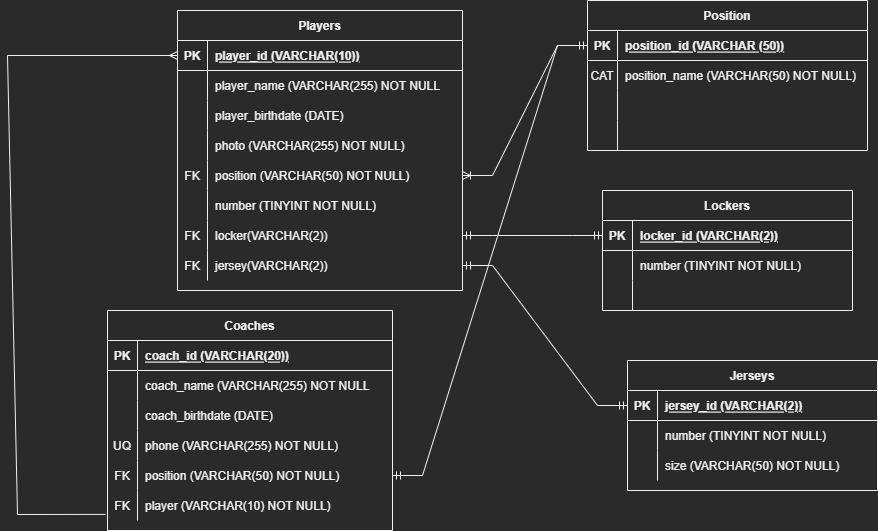
Before: archivos-multimedia/Football-team-logic.drawio.png, a diagram exported from draw.io (Tobias66Jags/gutierrez-tobias-practicas-3). Source tidied: cells renumbered, new cells last; positions are measured from the earlier drawing's top-left corner, leaving out a move shared by most shapes.
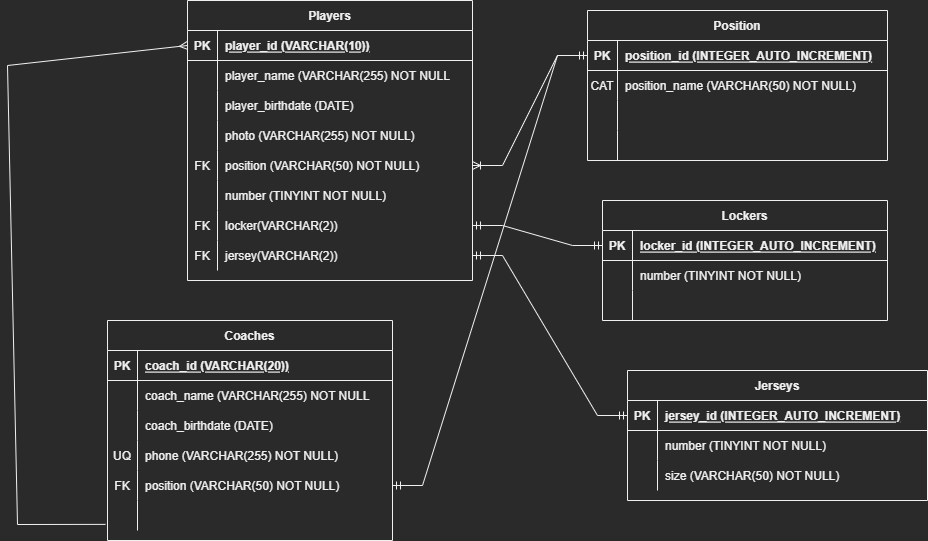
After the commit.

What changed in the source:
```diff
@@ -53,113 +53,113 @@
     <mxCell id="18" style="shape=partialRectangle;fillColor=none;points=[[0,0.5],[1,0.5]];portConstraint=eastwest;top=0;left=0;right=0;bottom=0;" parent="2" vertex="1">
       <mxGeometry y="180" width="285" height="30" as="geometry" />
     </mxCell>
-    <mxCell id="19" value="FK" style="shape=partialRectangle;overflow=hidden;fillColor=none;top=0;left=0;bottom=0;right=0;" parent="18" vertex="1">
+    <mxCell id="19" style="shape=partialRectangle;overflow=hidden;fillColor=none;top=0;left=0;bottom=0;right=0;" parent="18" vertex="1">
       <mxGeometry width="30" height="30" as="geometry" />
     </mxCell>
-    <mxCell id="20" value="player (VARCHAR(10) NOT NULL)" style="shape=partialRectangle;overflow=hidden;fillColor=none;top=0;left=0;bottom=0;right=0;align=left;spacingLeft=6;" parent="18" vertex="1">
+    <mxCell id="20" style="shape=partialRectangle;overflow=hidden;fillColor=none;top=0;left=0;bottom=0;right=0;align=left;spacingLeft=6;" parent="18" vertex="1">
       <mxGeometry x="30" width="255" height="30" as="geometry" />
     </mxCell>
     <mxCell id="21" value="Position" style="shape=table;startSize=30;rowLines=0;fontStyle=1;align=center;" parent="1" vertex="1">
-      <mxGeometry x="580" width="280" height="150" as="geometry" />
+      <mxGeometry x="580" width="300" height="150" as="geometry" />
     </mxCell>
     <mxCell id="22" style="shape=partialRectangle;fillColor=none;points=[[0,0.5],[1,0.5]];portConstraint=eastwest;top=0;left=0;right=0;bottom=1;" parent="21" vertex="1">
-      <mxGeometry y="30" width="280" height="30" as="geometry" />
+      <mxGeometry y="30" width="300" height="30" as="geometry" />
     </mxCell>
     <mxCell id="23" value="PK" style="shape=partialRectangle;overflow=hidden;fillColor=none;top=0;left=0;bottom=0;right=0;fontStyle=1;" parent="22" vertex="1">
       <mxGeometry width="30" height="30" as="geometry" />
     </mxCell>
-    <mxCell id="24" value="position_id (VARCHAR (50))" style="shape=partialRectangle;overflow=hidden;fillColor=none;top=0;left=0;bottom=0;right=0;align=left;spacingLeft=6;fontStyle=5;" parent="22" vertex="1">
-      <mxGeometry x="30" width="250" height="30" as="geometry" />
+    <mxCell id="24" value="position_id (INTEGER_AUTO_INCREMENT)" style="shape=partialRectangle;overflow=hidden;fillColor=none;top=0;left=0;bottom=0;right=0;align=left;spacingLeft=6;fontStyle=5;" parent="22" vertex="1">
+      <mxGeometry x="30" width="270" height="30" as="geometry" />
     </mxCell>
     <mxCell id="25" style="shape=partialRectangle;fillColor=none;top=0;left=0;right=0;bottom=0;" parent="21" vertex="1">
-      <mxGeometry y="60" width="280" height="30" as="geometry" />
+      <mxGeometry y="60" width="300" height="30" as="geometry" />
     </mxCell>
     <mxCell id="26" value="CAT" style="shape=partialRectangle;overflow=hidden;fillColor=none;top=0;left=0;bottom=0;right=0;" parent="25" vertex="1">
       <mxGeometry width="30" height="30" as="geometry" />
     </mxCell>
     <mxCell id="27" value="position_name (VARCHAR(50) NOT NULL)" style="shape=partialRectangle;overflow=hidden;fillColor=none;top=0;left=0;bottom=0;right=0;align=left;spacingLeft=6;" parent="25" vertex="1">
-      <mxGeometry x="30" width="250" height="30" as="geometry" />
+      <mxGeometry x="30" width="270" height="30" as="geometry" />
     </mxCell>
     <mxCell id="28" style="shape=partialRectangle;fillColor=none;top=0;left=0;right=0;bottom=0;" parent="21" vertex="1">
-      <mxGeometry y="90" width="280" height="30" as="geometry" />
+      <mxGeometry y="90" width="300" height="30" as="geometry" />
     </mxCell>
     <mxCell id="29" style="shape=partialRectangle;overflow=hidden;fillColor=none;top=0;left=0;bottom=0;right=0;" parent="28" vertex="1">
       <mxGeometry width="30" height="30" as="geometry" />
     </mxCell>
     <mxCell id="30" style="shape=partialRectangle;overflow=hidden;fillColor=none;top=0;left=0;bottom=0;right=0;align=left;spacingLeft=6;" parent="28" vertex="1">
-      <mxGeometry x="30" width="250" height="30" as="geometry" />
+      <mxGeometry x="30" width="270" height="30" as="geometry" />
     </mxCell>
     <mxCell id="31" style="shape=partialRectangle;fillColor=none;top=0;left=0;right=0;bottom=0;" parent="21" vertex="1">
-      <mxGeometry y="120" width="280" height="30" as="geometry" />
+      <mxGeometry y="120" width="300" height="30" as="geometry" />
     </mxCell>
     <mxCell id="32" style="shape=partialRectangle;overflow=hidden;fillColor=none;top=0;left=0;bottom=0;right=0;" parent="31" vertex="1">
       <mxGeometry width="30" height="30" as="geometry" />
     </mxCell>
     <mxCell id="33" style="shape=partialRectangle;overflow=hidden;fillColor=none;top=0;left=0;bottom=0;right=0;align=left;spacingLeft=6;" parent="31" vertex="1">
-      <mxGeometry x="30" width="250" height="30" as="geometry" />
+      <mxGeometry x="30" width="270" height="30" as="geometry" />
     </mxCell>
     <mxCell id="34" value="Lockers" style="shape=table;startSize=30;rowLines=0;fontStyle=1;align=center;" parent="1" vertex="1">
-      <mxGeometry x="595" y="190" width="250" height="120" as="geometry" />
+      <mxGeometry x="595" y="190" width="285" height="120" as="geometry" />
     </mxCell>
     <mxCell id="35" style="shape=partialRectangle;fillColor=none;points=[[0,0.5],[1,0.5]];portConstraint=eastwest;top=0;left=0;right=0;bottom=1;" parent="34" vertex="1">
-      <mxGeometry y="30" width="250" height="30" as="geometry" />
+      <mxGeometry y="30" width="285" height="30" as="geometry" />
     </mxCell>
     <mxCell id="36" value="PK" style="shape=partialRectangle;overflow=hidden;fillColor=none;top=0;left=0;bottom=0;right=0;fontStyle=1;" parent="35" vertex="1">
       <mxGeometry width="30" height="30" as="geometry" />
     </mxCell>
-    <mxCell id="37" value="locker_id (VARCHAR(2))" style="shape=partialRectangle;overflow=hidden;fillColor=none;top=0;left=0;bottom=0;right=0;align=left;spacingLeft=6;fontStyle=5;" parent="35" vertex="1">
-      <mxGeometry x="30" width="220" height="30" as="geometry" />
+    <mxCell id="37" value="locker_id (INTEGER_AUTO_INCREMENT)" style="shape=partialRectangle;overflow=hidden;fillColor=none;top=0;left=0;bottom=0;right=0;align=left;spacingLeft=6;fontStyle=5;" parent="35" vertex="1">
+      <mxGeometry x="30" width="255" height="30" as="geometry" />
     </mxCell>
     <mxCell id="38" style="shape=partialRectangle;fillColor=none;top=0;left=0;right=0;bottom=0;" parent="34" vertex="1">
-      <mxGeometry y="60" width="250" height="30" as="geometry" />
+      <mxGeometry y="60" width="285" height="30" as="geometry" />
     </mxCell>
     <mxCell id="39" style="shape=partialRectangle;overflow=hidden;fillColor=none;top=0;left=0;bottom=0;right=0;" parent="38" vertex="1">
       <mxGeometry width="30" height="30" as="geometry" />
     </mxCell>
     <mxCell id="40" value="number (TINYINT NOT NULL)" style="shape=partialRectangle;overflow=hidden;fillColor=none;top=0;left=0;bottom=0;right=0;align=left;spacingLeft=6;" parent="38" vertex="1">
-      <mxGeometry x="30" width="220" height="30" as="geometry" />
+      <mxGeometry x="30" width="255" height="30" as="geometry" />
     </mxCell>
     <mxCell id="41" style="shape=partialRectangle;fillColor=none;top=0;left=0;right=0;bottom=0;" parent="34" vertex="1">
-      <mxGeometry y="90" width="250" height="30" as="geometry" />
+      <mxGeometry y="90" width="285" height="30" as="geometry" />
     </mxCell>
     <mxCell id="42" style="shape=partialRectangle;overflow=hidden;fillColor=none;top=0;left=0;bottom=0;right=0;" parent="41" vertex="1">
       <mxGeometry width="30" height="30" as="geometry" />
     </mxCell>
     <mxCell id="43" style="shape=partialRectangle;overflow=hidden;fillColor=none;top=0;left=0;bottom=0;right=0;align=left;spacingLeft=6;" parent="41" vertex="1">
-      <mxGeometry x="30" width="220" height="30" as="geometry" />
+      <mxGeometry x="30" width="255" height="30" as="geometry" />
     </mxCell>
     <mxCell id="44" value="Jerseys" style="shape=table;startSize=30;rowLines=0;fontStyle=1;align=center;" parent="1" vertex="1">
-      <mxGeometry x="620" y="360" width="250" height="130" as="geometry" />
+      <mxGeometry x="620" y="360" width="300" height="130" as="geometry" />
     </mxCell>
     <mxCell id="45" style="shape=partialRectangle;fillColor=none;points=[[0,0.5],[1,0.5]];portConstraint=eastwest;top=0;left=0;right=0;bottom=1;" parent="44" vertex="1">
-      <mxGeometry y="30" width="250" height="30" as="geometry" />
+      <mxGeometry y="30" width="300" height="30" as="geometry" />
     </mxCell>
     <mxCell id="46" value="PK" style="shape=partialRectangle;overflow=hidden;fillColor=none;top=0;left=0;bottom=0;right=0;fontStyle=1;" parent="45" vertex="1">
       <mxGeometry width="30" height="30" as="geometry" />
     </mxCell>
-    <mxCell id="47" value="jersey_id (VARCHAR(2))" style="shape=partialRectangle;overflow=hidden;fillColor=none;top=0;left=0;bottom=0;right=0;align=left;spacingLeft=6;fontStyle=5;" parent="45" vertex="1">
-      <mxGeometry x="30" width="220" height="30" as="geometry" />
+    <mxCell id="47" value="jersey_id (INTEGER_AUTO_INCREMENT)" style="shape=partialRectangle;overflow=hidden;fillColor=none;top=0;left=0;bottom=0;right=0;align=left;spacingLeft=6;fontStyle=5;" parent="45" vertex="1">
+      <mxGeometry x="30" width="270" height="30" as="geometry" />
     </mxCell>
     <mxCell id="48" style="shape=partialRectangle;fillColor=none;top=0;left=0;right=0;bottom=0;" parent="44" vertex="1">
-      <mxGeometry y="60" width="250" height="30" as="geometry" />
+      <mxGeometry y="60" width="300" height="30" as="geometry" />
     </mxCell>
     <mxCell id="49" style="shape=partialRectangle;overflow=hidden;fillColor=none;top=0;left=0;bottom=0;right=0;" parent="48" vertex="1">
       <mxGeometry width="30" height="30" as="geometry" />
     </mxCell>
     <mxCell id="50" value="number (TINYINT NOT NULL)" style="shape=partialRectangle;overflow=hidden;fillColor=none;top=0;left=0;bottom=0;right=0;align=left;spacingLeft=6;" parent="48" vertex="1">
-      <mxGeometry x="30" width="220" height="30" as="geometry" />
+      <mxGeometry x="30" width="270" height="30" as="geometry" />
     </mxCell>
     <mxCell id="51" style="shape=partialRectangle;fillColor=none;top=0;left=0;right=0;bottom=0;" parent="44" vertex="1">
-      <mxGeometry y="90" width="250" height="30" as="geometry" />
+      <mxGeometry y="90" width="300" height="30" as="geometry" />
     </mxCell>
     <mxCell id="52" style="shape=partialRectangle;overflow=hidden;fillColor=none;top=0;left=0;bottom=0;right=0;" parent="51" vertex="1">
       <mxGeometry width="30" height="30" as="geometry" />
     </mxCell>
     <mxCell id="53" value="size (VARCHAR(50) NOT NULL)" style="shape=partialRectangle;overflow=hidden;fillColor=none;top=0;left=0;bottom=0;right=0;align=left;spacingLeft=6;" parent="51" vertex="1">
-      <mxGeometry x="30" width="220" height="30" as="geometry" />
+      <mxGeometry x="30" width="270" height="30" as="geometry" />
     </mxCell>
     <mxCell id="54" value="Players" style="shape=table;startSize=30;rowLines=0;fontStyle=1;align=center;" parent="1" vertex="1">
-      <mxGeometry x="170" y="10" width="285" height="280" as="geometry" />
+      <mxGeometry x="180" y="-10" width="285" height="280" as="geometry" />
     </mxCell>
     <mxCell id="55" style="shape=partialRectangle;fillColor=none;points=[[0,0.5],[1,0.5]];portConstraint=eastwest;top=0;left=0;right=0;bottom=1;" parent="54" vertex="1">
       <mxGeometry y="30" width="285" height="30" as="geometry" />
```
